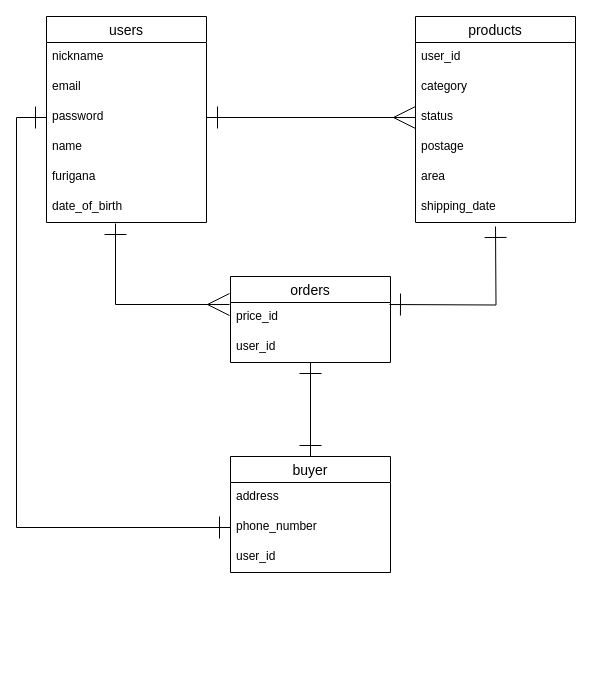
Earlier version of the draw.io diagram furima.dio (Hi-yano/furima-31597). Source tidied: cells renumbered, new cells numbered last; positions are measured from the earlier drawing's top-left corner, leaving out a move shared by most shapes. Both pictures are drawn from the tidied source at 100%, with x=0, y=0 at pixel (46, 16).
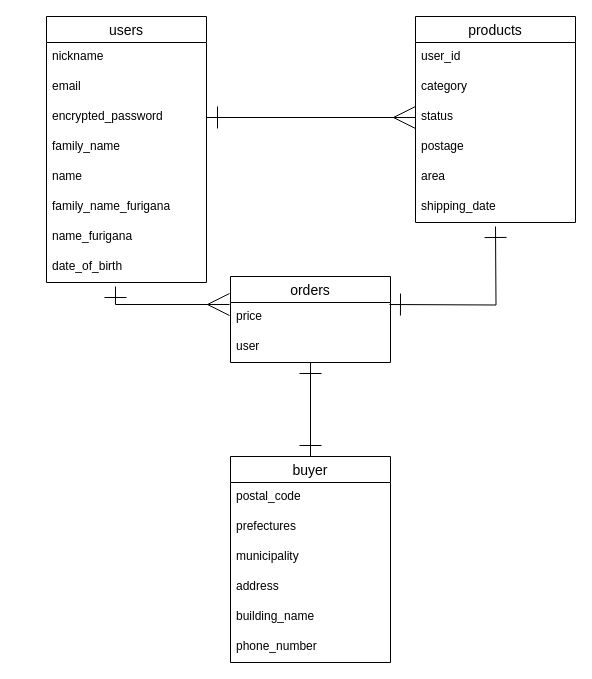
Above is the later version.

Commit message (it also covers changes not shown here):
ER図/README修正

Unchanged cells that the change refers to:
```xml
<mxCell id="12" value="orders" style="swimlane;fontStyle=0;horizontal=1;startSize=26;align=center;fontSize=14;" parent="1" vertex="1">
  <mxGeometry x="184" y="260" width="160" height="86" as="geometry" />
</mxCell>
```

Diff of the diagram source:
```diff
@@
     <mxCell id="4" style="edgeStyle=orthogonalEdgeStyle;rounded=0;orthogonalLoop=1;jettySize=auto;html=1;exitX=0;exitY=0.5;exitDx=0;exitDy=0;startArrow=ERmany;startFill=0;startSize=20;endArrow=ERone;endFill=0;endSize=20;strokeWidth=1;" parent="1" edge="1">
       <mxGeometry relative="1" as="geometry">
         <mxPoint x="183" y="288" as="sourcePoint" />
-        <mxPoint x="69" y="207" as="targetPoint" />
+        <mxPoint x="69" y="270" as="targetPoint" />
         <Array as="points">
           <mxPoint x="69" y="288" />
         </Array>
       </mxGeometry>
     </mxCell>
     <mxCell id="5" value="users" style="swimlane;fontStyle=0;horizontal=1;startSize=26;align=center;fontSize=14;" parent="1" vertex="1">
-      <mxGeometry width="160" height="206" as="geometry" />
+      <mxGeometry width="160" height="266" as="geometry" />
     </mxCell>
@@
-    <mxCell id="8" value="password" style="text;strokeColor=none;fillColor=none;spacingLeft=4;spacingRight=4;overflow=hidden;points=[[0,0.5],[1,0.5]];portConstraint=eastwest;fontSize=12;" parent="5" vertex="1">
+    <mxCell id="8" value="encrypted_password" style="text;strokeColor=none;fillColor=none;spacingLeft=4;spacingRight=4;overflow=hidden;points=[[0,0.5],[1,0.5]];portConstraint=eastwest;fontSize=12;" parent="5" vertex="1">
       <mxGeometry y="86" width="160" height="30" as="geometry" />
     </mxCell>
+    <mxCell id="28" value="family_name" style="text;strokeColor=none;fillColor=none;spacingLeft=4;spacingRight=4;overflow=hidden;fontSize=12;" parent="5" vertex="1">
+      <mxGeometry y="116" width="160" height="30" as="geometry" />
+    </mxCell>
     <mxCell id="9" value="name" style="text;strokeColor=none;fillColor=none;spacingLeft=4;spacingRight=4;overflow=hidden;fontSize=12;" parent="5" vertex="1">
-      <mxGeometry y="116" width="160" height="30" as="geometry" />
+      <mxGeometry y="146" width="160" height="30" as="geometry" />
     </mxCell>
+    <mxCell id="29" value="family_name_furigana" style="text;strokeColor=none;fillColor=none;spacingLeft=4;spacingRight=4;overflow=hidden;fontSize=12;" parent="5" vertex="1">
+      <mxGeometry y="176" width="160" height="30" as="geometry" />
+    </mxCell>
-    <mxCell id="10" value="furigana" style="text;strokeColor=none;fillColor=none;spacingLeft=4;spacingRight=4;overflow=hidden;fontSize=12;" parent="5" vertex="1">
-      <mxGeometry y="146" width="160" height="30" as="geometry" />
+    <mxCell id="10" value="name_furigana" style="text;strokeColor=none;fillColor=none;spacingLeft=4;spacingRight=4;overflow=hidden;fontSize=12;" parent="5" vertex="1">
+      <mxGeometry y="206" width="160" height="30" as="geometry" />
     </mxCell>
     <mxCell id="11" value="date_of_birth" style="text;strokeColor=none;fillColor=none;spacingLeft=4;spacingRight=4;overflow=hidden;fontSize=12;" parent="5" vertex="1">
-      <mxGeometry y="176" width="160" height="30" as="geometry" />
+      <mxGeometry y="236" width="160" height="30" as="geometry" />
     </mxCell>
@@
-    <mxCell id="13" value="price_id" style="text;strokeColor=none;fillColor=none;spacingLeft=4;spacingRight=4;overflow=hidden;fontSize=12;" parent="12" vertex="1">
+    <mxCell id="13" value="price" style="text;strokeColor=none;fillColor=none;spacingLeft=4;spacingRight=4;overflow=hidden;fontSize=12;" parent="12" vertex="1">
       <mxGeometry y="26" width="160" height="30" as="geometry" />
     </mxCell>
-    <mxCell id="14" value="user_id" style="text;strokeColor=none;fillColor=none;spacingLeft=4;spacingRight=4;overflow=hidden;fontSize=12;" parent="12" vertex="1">
+    <mxCell id="14" value="user" style="text;strokeColor=none;fillColor=none;spacingLeft=4;spacingRight=4;overflow=hidden;fontSize=12;" parent="12" vertex="1">
       <mxGeometry y="56" width="160" height="30" as="geometry" />
     </mxCell>
@@
     <mxCell id="22" value="buyer" style="swimlane;fontStyle=0;horizontal=1;startSize=26;align=center;fontSize=14;" parent="1" vertex="1">
-      <mxGeometry x="184" y="440" width="160" height="116" as="geometry" />
+      <mxGeometry x="184" y="440" width="160" height="206" as="geometry" />
     </mxCell>
-    <mxCell id="23" value="address" style="text;strokeColor=none;fillColor=none;spacingLeft=4;spacingRight=4;overflow=hidden;fontSize=12;" parent="22" vertex="1">
+    <mxCell id="23" value="postal_code" style="text;strokeColor=none;fillColor=none;spacingLeft=4;spacingRight=4;overflow=hidden;fontSize=12;" parent="22" vertex="1">
       <mxGeometry y="26" width="160" height="30" as="geometry" />
     </mxCell>
+    <mxCell id="30" value="prefectures" style="text;strokeColor=none;fillColor=none;spacingLeft=4;spacingRight=4;overflow=hidden;fontSize=12;" parent="22" vertex="1">
+      <mxGeometry y="56" width="160" height="30" as="geometry" />
+    </mxCell>
+    <mxCell id="31" value="municipality" style="text;strokeColor=none;fillColor=none;spacingLeft=4;spacingRight=4;overflow=hidden;fontSize=12;" parent="22" vertex="1">
+      <mxGeometry y="86" width="160" height="30" as="geometry" />
+    </mxCell>
+    <mxCell id="32" value="address" style="text;strokeColor=none;fillColor=none;spacingLeft=4;spacingRight=4;overflow=hidden;fontSize=12;" parent="22" vertex="1">
+      <mxGeometry y="116" width="160" height="30" as="geometry" />
+    </mxCell>
+    <mxCell id="25" value="building_name" style="text;strokeColor=none;fillColor=none;spacingLeft=4;spacingRight=4;overflow=hidden;fontSize=12;" parent="22" vertex="1">
+      <mxGeometry y="146" width="160" height="30" as="geometry" />
+    </mxCell>
     <mxCell id="24" value="phone_number" style="text;strokeColor=none;fillColor=none;spacingLeft=4;spacingRight=4;overflow=hidden;points=[[0,0.5],[1,0.5]];portConstraint=eastwest;fontSize=12;" parent="22" vertex="1">
-      <mxGeometry y="56" width="160" height="30" as="geometry" />
+      <mxGeometry y="176" width="160" height="30" as="geometry" />
     </mxCell>
-    <mxCell id="25" value="user_id" style="text;strokeColor=none;fillColor=none;spacingLeft=4;spacingRight=4;overflow=hidden;fontSize=12;" parent="22" vertex="1">
-      <mxGeometry y="86" width="160" height="30" as="geometry" />
-    </mxCell>
@@
-    <mxCell id="27" style="edgeStyle=orthogonalEdgeStyle;rounded=0;jettySize=auto;html=1;exitX=0;exitY=0.5;exitDx=0;exitDy=0;startArrow=ERone;startFill=0;startSize=20;endArrow=ERone;endFill=0;endSize=20;strokeWidth=1;entryX=0;entryY=0.5;entryDx=0;entryDy=0;" parent="1" edge="1" source="24" target="8">
-      <mxGeometry relative="1" as="geometry" />
-    </mxCell>
```
